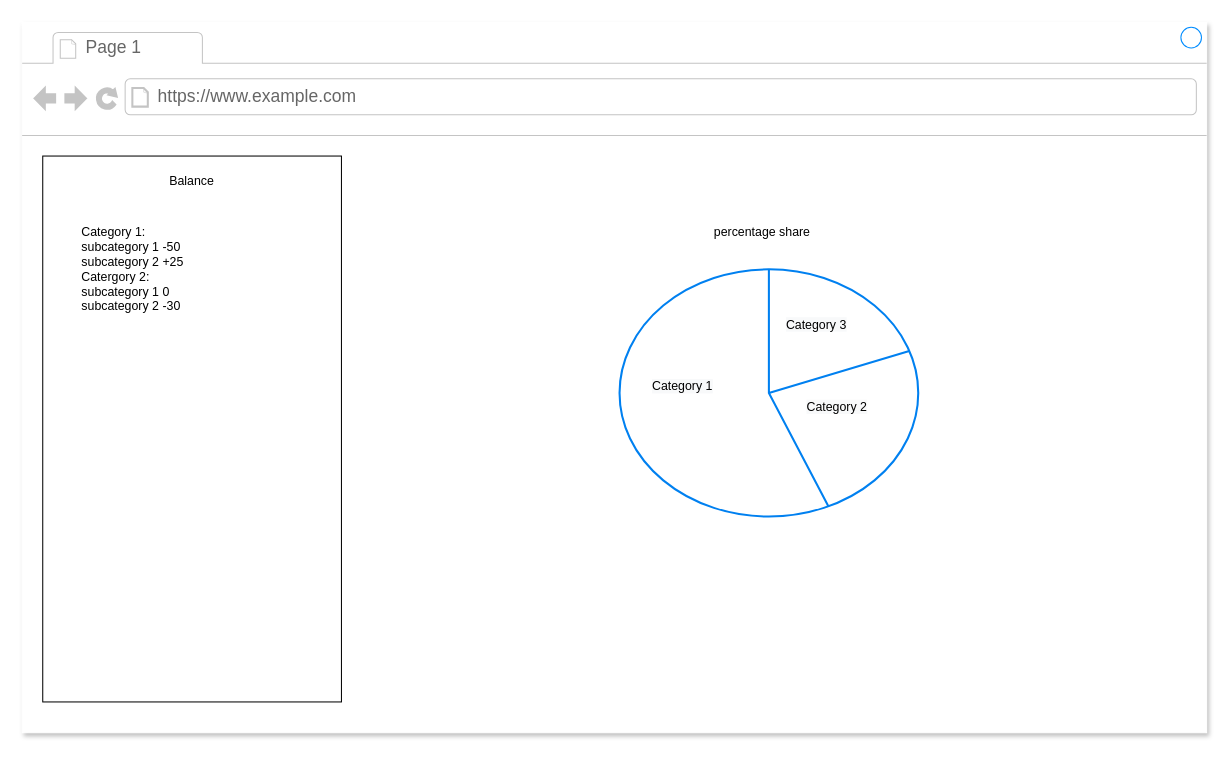
Before: page "Visualize your current expenses" (4 of 6) of docs/wireframes/webpage_wireframe.drawio in MrPickle311/expenser, a draw.io diagram. Source tidied: cells renumbered, new cells numbered last; positions are measured from the earlier drawing's top-left corner, leaving out a move shared by most shapes. Both pictures are drawn from the tidied source at 103%, with x=0, y=0 at pixel (22, 22).
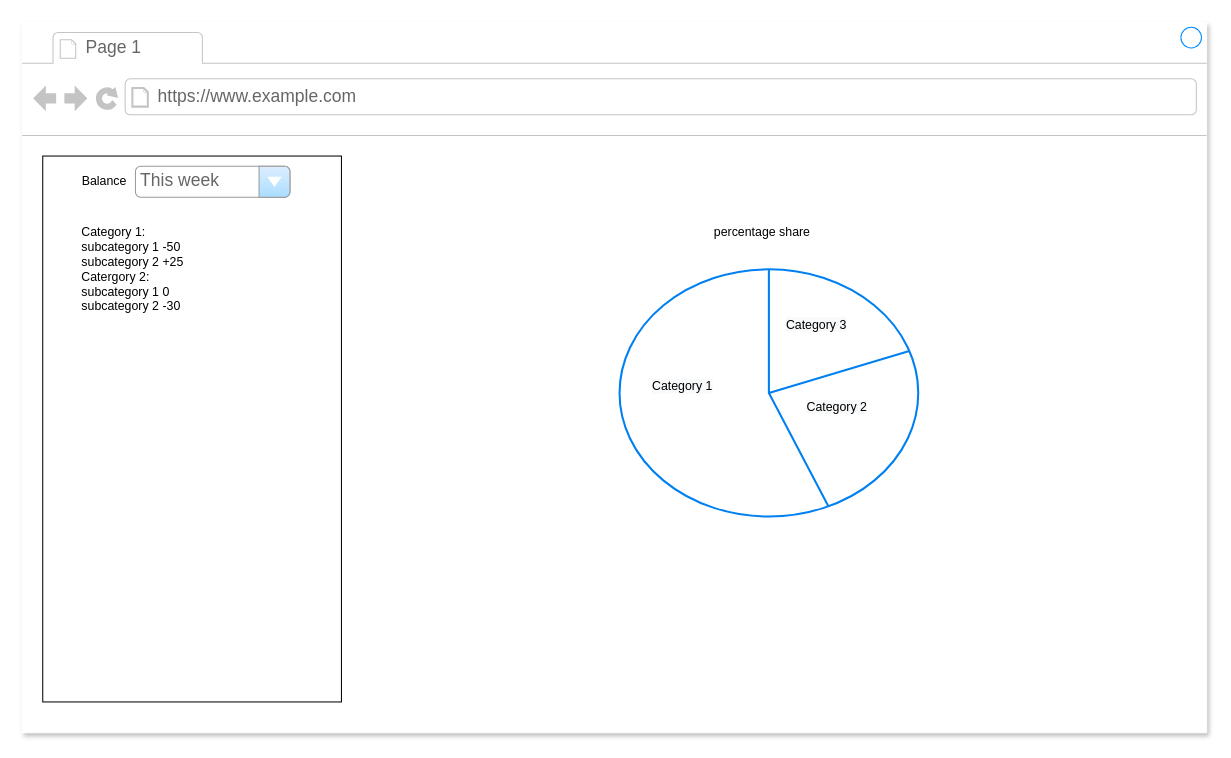
Above is the later version.

Diff of the diagram source:
```diff
@@
 <mxGraphModel>
   <root>
     <mxCell id="0" />
     <mxCell id="1" parent="0" />
     <mxCell id="2" style="strokeWidth=1;shadow=1;dashed=0;align=center;html=1;shape=mxgraph.mockup.containers.browserWindow;rSize=0;strokeColor2=#008cff;strokeColor3=#c4c4c4;mainText=,;strokeColor=#FFFFFF;fontColor=#FFFFFF;movableLabel=0;fixedWidth=0;enumerate=0;" parent="1" vertex="1">
       <mxGeometry width="1150" height="690" as="geometry" />
     </mxCell>
     <mxCell id="3" value="Page 1" style="strokeWidth=1;shadow=0;dashed=0;align=center;html=1;shape=mxgraph.mockup.containers.anchor;fontSize=17;fontColor=#666666;align=left;" parent="2" vertex="1">
       <mxGeometry x="60" y="12" width="110" height="26" as="geometry" />
     </mxCell>
     <mxCell id="4" value="https://www.example.com" style="strokeWidth=1;shadow=0;dashed=0;align=center;html=1;shape=mxgraph.mockup.containers.anchor;rSize=0;fontSize=17;fontColor=#666666;align=left;" parent="2" vertex="1">
       <mxGeometry x="130" y="60" width="250" height="26" as="geometry" />
     </mxCell>
     <mxCell id="5" style="rounded=0;whiteSpace=wrap;html=1;fillStyle=auto;strokeColor=default;strokeWidth=1;fillColor=default;" parent="2" vertex="1">
       <mxGeometry x="20" y="130" width="290" height="530" as="geometry" />
     </mxCell>
     <mxCell id="6" value="Balance" style="text;html=1;strokeColor=none;fillColor=none;align=center;verticalAlign=middle;whiteSpace=wrap;rounded=0;fillStyle=auto;" parent="2" vertex="1">
-      <mxGeometry x="135" y="140" width="60" height="30" as="geometry" />
+      <mxGeometry x="50" y="140" width="60" height="30" as="geometry" />
     </mxCell>
     <mxCell id="7" value="&lt;div style=&quot;text-align: left;&quot;&gt;&lt;span style=&quot;background-color: initial;&quot;&gt;Category 1:&lt;/span&gt;&lt;/div&gt;&lt;div style=&quot;text-align: left;&quot;&gt;&lt;span style=&quot;background-color: initial;&quot;&gt;subcategory 1 -50&lt;/span&gt;&lt;/div&gt;&lt;div style=&quot;text-align: left;&quot;&gt;&lt;span style=&quot;background-color: initial;&quot;&gt;subcategory 2 +25&lt;/span&gt;&lt;/div&gt;&lt;div style=&quot;text-align: left;&quot;&gt;&lt;span style=&quot;background-color: initial;&quot;&gt;Catergory 2:&lt;/span&gt;&lt;/div&gt;&lt;div style=&quot;text-align: left;&quot;&gt;&lt;div&gt;&lt;span style=&quot;background-color: initial;&quot;&gt;subcategory 1 0&lt;/span&gt;&lt;/div&gt;&lt;div&gt;&lt;span style=&quot;background-color: initial;&quot;&gt;subcategory 2 -30&lt;/span&gt;&lt;/div&gt;&lt;/div&gt;" style="text;html=1;strokeColor=none;fillColor=none;align=center;verticalAlign=middle;whiteSpace=wrap;rounded=0;fillStyle=auto;" parent="2" vertex="1">
       <mxGeometry x="35" y="170" width="145" height="140" as="geometry" />
     </mxCell>
     <mxCell id="8" style="html=1;verticalLabelPosition=bottom;align=center;labelBackgroundColor=#ffffff;verticalAlign=top;strokeWidth=2;strokeColor=#0080F0;shadow=0;dashed=0;shape=mxgraph.ios7.icons.pie_chart;fillStyle=auto;fillColor=default;" parent="2" vertex="1">
       <mxGeometry x="580" y="240" width="290" height="240" as="geometry" />
     </mxCell>
     <mxCell id="9" value="percentage share" style="text;whiteSpace=wrap;html=1;" parent="2" vertex="1">
       <mxGeometry x="670" y="190" width="130" height="40" as="geometry" />
     </mxCell>
     <mxCell id="10" value="&lt;span style=&quot;color: rgb(0, 0, 0); font-family: Helvetica; font-size: 12px; font-style: normal; font-variant-ligatures: normal; font-variant-caps: normal; font-weight: 400; letter-spacing: normal; orphans: 2; text-align: left; text-indent: 0px; text-transform: none; widows: 2; word-spacing: 0px; -webkit-text-stroke-width: 0px; background-color: rgb(248, 249, 250); text-decoration-thickness: initial; text-decoration-style: initial; text-decoration-color: initial; float: none; display: inline !important;&quot;&gt;Category 1&lt;/span&gt;" style="text;whiteSpace=wrap;html=1;" parent="2" vertex="1">
       <mxGeometry x="610" y="340" width="90" height="40" as="geometry" />
     </mxCell>
     <mxCell id="11" value="&lt;span style=&quot;color: rgb(0, 0, 0); font-family: Helvetica; font-size: 12px; font-style: normal; font-variant-ligatures: normal; font-variant-caps: normal; font-weight: 400; letter-spacing: normal; orphans: 2; text-align: left; text-indent: 0px; text-transform: none; widows: 2; word-spacing: 0px; -webkit-text-stroke-width: 0px; background-color: rgb(248, 249, 250); text-decoration-thickness: initial; text-decoration-style: initial; text-decoration-color: initial; float: none; display: inline !important;&quot;&gt;Category 2&lt;/span&gt;" style="text;whiteSpace=wrap;html=1;" parent="2" vertex="1">
       <mxGeometry x="760" y="360" width="90" height="40" as="geometry" />
     </mxCell>
     <mxCell id="12" value="&lt;span style=&quot;color: rgb(0, 0, 0); font-family: Helvetica; font-size: 12px; font-style: normal; font-variant-ligatures: normal; font-variant-caps: normal; font-weight: 400; letter-spacing: normal; orphans: 2; text-align: left; text-indent: 0px; text-transform: none; widows: 2; word-spacing: 0px; -webkit-text-stroke-width: 0px; background-color: rgb(248, 249, 250); text-decoration-thickness: initial; text-decoration-style: initial; text-decoration-color: initial; float: none; display: inline !important;&quot;&gt;Category 3&lt;/span&gt;" style="text;whiteSpace=wrap;html=1;" parent="2" vertex="1">
       <mxGeometry x="740" y="280" width="90" height="40" as="geometry" />
     </mxCell>
+    <mxCell id="13" value="This week" style="strokeWidth=1;shadow=0;dashed=0;align=center;html=1;shape=mxgraph.mockup.forms.comboBox;strokeColor=#999999;fillColor=#ddeeff;align=left;fillColor2=#aaddff;mainText=;fontColor=#666666;fontSize=17;spacingLeft=3;" parent="2" vertex="1">
+      <mxGeometry x="110" y="140" width="150" height="30" as="geometry" />
+    </mxCell>
   </root>
 </mxGraphModel>
```
